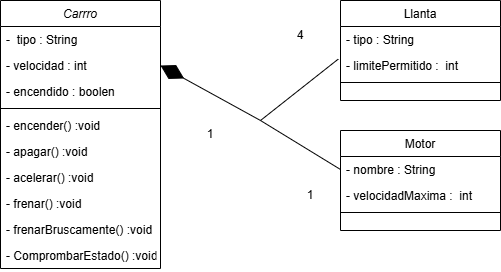
XMATDX/TrabajoCarro keeps this draw.io diagram as DiagrmaSimuladorAutomóvil.drawio.png. Above is the earlier version. Source tidied: cells renumbered, new cells last; positions are measured from the earlier drawing's top-left corner, leaving out a move shared by most shapes. Source of this version:
```xml
<mxGraphModel>
  <root>
    <mxCell id="0" />
    <mxCell id="1" parent="0" />
    <mxCell id="2" value="Carrro" style="swimlane;fontStyle=2;align=center;verticalAlign=top;horizontal=1;startSize=26;rounded=0;shadow=0;strokeWidth=1;" parent="1" vertex="1">
      <mxGeometry width="160" height="268" as="geometry" />
    </mxCell>
    <mxCell id="3" value="-  tipo : String" style="text;align=left;verticalAlign=top;spacingLeft=4;spacingRight=4;overflow=hidden;" parent="2" vertex="1">
      <mxGeometry y="26" width="160" height="26" as="geometry" />
    </mxCell>
    <mxCell id="4" value="- velocidad : int" style="text;align=left;verticalAlign=top;spacingLeft=4;spacingRight=4;overflow=hidden;points=[[0,0.5],[1,0.5]];portConstraint=eastwest;rounded=0;shadow=0;html=0;" parent="2" vertex="1">
      <mxGeometry y="52" width="160" height="26" as="geometry" />
    </mxCell>
    <mxCell id="5" value="- encendido : boolen" style="text;align=left;verticalAlign=top;spacingLeft=4;spacingRight=4;overflow=hidden;rounded=0;shadow=0;html=0;" parent="2" vertex="1">
      <mxGeometry y="78" width="160" height="26" as="geometry" />
    </mxCell>
    <mxCell id="6" style="line;html=1;strokeWidth=1;align=left;verticalAlign=middle;spacingTop=-1;spacingLeft=3;spacingRight=3;labelPosition=right;" parent="2" vertex="1">
      <mxGeometry y="104" width="160" height="8" as="geometry" />
    </mxCell>
    <mxCell id="7" value="- encender() :void " style="text;align=left;verticalAlign=top;spacingLeft=4;spacingRight=4;overflow=hidden;points=[[0,0.5],[1,0.5]];portConstraint=eastwest;" parent="2" vertex="1">
      <mxGeometry y="112" width="160" height="26" as="geometry" />
    </mxCell>
    <mxCell id="8" value="- apagar() :void " style="text;align=left;verticalAlign=top;spacingLeft=4;spacingRight=4;overflow=hidden;" parent="2" vertex="1">
      <mxGeometry y="138" width="160" height="26" as="geometry" />
    </mxCell>
    <mxCell id="9" value="- acelerar() :void " style="text;align=left;verticalAlign=top;spacingLeft=4;spacingRight=4;overflow=hidden;" parent="2" vertex="1">
      <mxGeometry y="164" width="160" height="26" as="geometry" />
    </mxCell>
    <mxCell id="10" value="- frenar() :void " style="text;align=left;verticalAlign=top;spacingLeft=4;spacingRight=4;overflow=hidden;" parent="2" vertex="1">
      <mxGeometry y="190" width="160" height="26" as="geometry" />
    </mxCell>
    <mxCell id="11" value="- frenarBruscamente() :void " style="text;align=left;verticalAlign=top;spacingLeft=4;spacingRight=4;overflow=hidden;" parent="2" vertex="1">
      <mxGeometry y="216" width="160" height="26" as="geometry" />
    </mxCell>
    <mxCell id="12" value="- ComprombarEstado() :void " style="text;align=left;verticalAlign=top;spacingLeft=4;spacingRight=4;overflow=hidden;" parent="2" vertex="1">
      <mxGeometry y="242" width="160" height="26" as="geometry" />
    </mxCell>
    <mxCell id="13" value="Llanta" style="swimlane;fontStyle=0;align=center;verticalAlign=top;horizontal=1;startSize=26;rounded=0;shadow=0;strokeWidth=1;" parent="1" vertex="1">
      <mxGeometry x="340" width="160" height="100" as="geometry" />
    </mxCell>
    <mxCell id="14" value="- tipo : String" style="text;align=left;verticalAlign=top;spacingLeft=4;spacingRight=4;overflow=hidden;" parent="13" vertex="1">
      <mxGeometry y="26" width="160" height="26" as="geometry" />
    </mxCell>
    <mxCell id="15" value="- limitePermitido :  int" style="text;align=left;verticalAlign=top;spacingLeft=4;spacingRight=4;overflow=hidden;points=[[0,0.5],[1,0.5]];portConstraint=eastwest;rounded=0;shadow=0;html=0;" parent="13" vertex="1">
      <mxGeometry y="52" width="160" height="26" as="geometry" />
    </mxCell>
    <mxCell id="16" style="line;html=1;strokeWidth=1;align=left;verticalAlign=middle;spacingTop=-1;spacingLeft=3;spacingRight=3;labelPosition=right;" parent="13" vertex="1">
      <mxGeometry y="78" width="160" height="8" as="geometry" />
    </mxCell>
    <mxCell id="17" style="endArrow=diamondThin;endFill=1;endSize=24;html=1;rounded=0;entryX=1;entryY=0.5;entryDx=0;entryDy=0;" parent="1" edge="1" target="4">
      <mxGeometry relative="1" as="geometry">
        <mxPoint x="260" y="120" as="sourcePoint" />
      </mxGeometry>
    </mxCell>
    <mxCell id="18" value="Motor" style="swimlane;fontStyle=0;align=center;verticalAlign=top;horizontal=1;startSize=26;rounded=0;shadow=0;strokeWidth=1;" parent="1" vertex="1">
      <mxGeometry x="340" y="130" width="160" height="100" as="geometry" />
    </mxCell>
    <mxCell id="19" value="- nombre : String" style="text;align=left;verticalAlign=top;spacingLeft=4;spacingRight=4;overflow=hidden;points=[[0,0.5],[1,0.5]];portConstraint=eastwest;" parent="18" vertex="1">
      <mxGeometry y="26" width="160" height="26" as="geometry" />
    </mxCell>
    <mxCell id="20" value="- velocidadMaxima :  int" style="text;align=left;verticalAlign=top;spacingLeft=4;spacingRight=4;overflow=hidden;rounded=0;shadow=0;html=0;" parent="18" vertex="1">
      <mxGeometry y="52" width="160" height="26" as="geometry" />
    </mxCell>
    <mxCell id="21" style="line;html=1;strokeWidth=1;align=left;verticalAlign=middle;spacingTop=-1;spacingLeft=3;spacingRight=3;labelPosition=right;" parent="18" vertex="1">
      <mxGeometry y="78" width="160" height="8" as="geometry" />
    </mxCell>
    <mxCell id="22" style="endArrow=none;html=1;rounded=0;entryX=0;entryY=0.5;entryDx=0;entryDy=0;" parent="1" edge="1" target="19">
      <mxGeometry relative="1" as="geometry">
        <mxPoint x="260" y="120" as="sourcePoint" />
      </mxGeometry>
    </mxCell>
    <mxCell id="23" style="endArrow=none;html=1;rounded=0;entryX=-0.014;entryY=0.254;entryDx=0;entryDy=0;entryPerimeter=0;" parent="1" edge="1" target="15">
      <mxGeometry relative="1" as="geometry">
        <mxPoint x="260" y="120" as="sourcePoint" />
      </mxGeometry>
    </mxCell>
    <mxCell id="24" value="1" style="text;html=1;align=center;verticalAlign=middle;whiteSpace=wrap;rounded=0;" parent="1" vertex="1">
      <mxGeometry x="180" y="119" width="60" height="30" as="geometry" />
    </mxCell>
    <mxCell id="25" value="4" style="text;html=1;align=center;verticalAlign=middle;whiteSpace=wrap;rounded=0;" parent="1" vertex="1">
      <mxGeometry x="270" y="20" width="60" height="30" as="geometry" />
    </mxCell>
    <mxCell id="26" value="1" style="text;html=1;align=center;verticalAlign=middle;whiteSpace=wrap;rounded=0;" parent="1" vertex="1">
      <mxGeometry x="280" y="180" width="60" height="30" as="geometry" />
    </mxCell>
  </root>
</mxGraphModel>
```
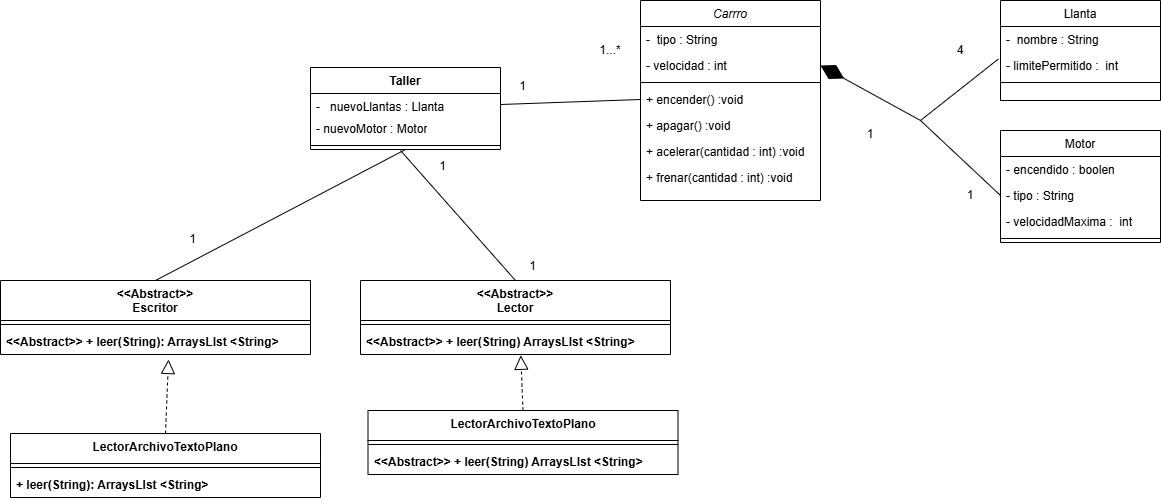
The same diagram one commit later.

Commit message:
se sube la ultima version del diagrama

What changed in the source:
```diff
@@ -3,42 +3,33 @@
     <mxCell id="0" />
     <mxCell id="1" parent="0" />
     <mxCell id="2" value="Carrro" style="swimlane;fontStyle=2;align=center;verticalAlign=top;horizontal=1;startSize=26;rounded=0;shadow=0;strokeWidth=1;" parent="1" vertex="1">
-      <mxGeometry width="160" height="268" as="geometry" />
+      <mxGeometry x="-20" width="180" height="200" as="geometry" />
     </mxCell>
     <mxCell id="3" value="-  tipo : String" style="text;align=left;verticalAlign=top;spacingLeft=4;spacingRight=4;overflow=hidden;" parent="2" vertex="1">
-      <mxGeometry y="26" width="160" height="26" as="geometry" />
+      <mxGeometry y="26" width="180" height="26" as="geometry" />
     </mxCell>
     <mxCell id="4" value="- velocidad : int" style="text;align=left;verticalAlign=top;spacingLeft=4;spacingRight=4;overflow=hidden;points=[[0,0.5],[1,0.5]];portConstraint=eastwest;rounded=0;shadow=0;html=0;" parent="2" vertex="1">
-      <mxGeometry y="52" width="160" height="26" as="geometry" />
+      <mxGeometry y="52" width="180" height="26" as="geometry" />
     </mxCell>
-    <mxCell id="5" value="- encendido : boolen" style="text;align=left;verticalAlign=top;spacingLeft=4;spacingRight=4;overflow=hidden;rounded=0;shadow=0;html=0;" parent="2" vertex="1">
-      <mxGeometry y="78" width="160" height="26" as="geometry" />
-    </mxCell>
     <mxCell id="6" style="line;html=1;strokeWidth=1;align=left;verticalAlign=middle;spacingTop=-1;spacingLeft=3;spacingRight=3;labelPosition=right;" parent="2" vertex="1">
-      <mxGeometry y="104" width="160" height="8" as="geometry" />
+      <mxGeometry y="78" width="180" height="8" as="geometry" />
     </mxCell>
-    <mxCell id="7" value="- encender() :void " style="text;align=left;verticalAlign=top;spacingLeft=4;spacingRight=4;overflow=hidden;points=[[0,0.5],[1,0.5]];portConstraint=eastwest;" parent="2" vertex="1">
-      <mxGeometry y="112" width="160" height="26" as="geometry" />
+    <mxCell id="7" value="+ encender() :void " style="text;align=left;verticalAlign=top;spacingLeft=4;spacingRight=4;overflow=hidden;points=[[0,0.5],[1,0.5]];portConstraint=eastwest;" parent="2" vertex="1">
+      <mxGeometry y="86" width="180" height="26" as="geometry" />
     </mxCell>
-    <mxCell id="8" value="- apagar() :void " style="text;align=left;verticalAlign=top;spacingLeft=4;spacingRight=4;overflow=hidden;" parent="2" vertex="1">
-      <mxGeometry y="138" width="160" height="26" as="geometry" />
+    <mxCell id="8" value="+ apagar() :void " style="text;align=left;verticalAlign=top;spacingLeft=4;spacingRight=4;overflow=hidden;" parent="2" vertex="1">
+      <mxGeometry y="112" width="180" height="26" as="geometry" />
     </mxCell>
-    <mxCell id="9" value="- acelerar() :void " style="text;align=left;verticalAlign=top;spacingLeft=4;spacingRight=4;overflow=hidden;" parent="2" vertex="1">
-      <mxGeometry y="164" width="160" height="26" as="geometry" />
+    <mxCell id="9" value="+ acelerar(cantidad : int) :void " style="text;align=left;verticalAlign=top;spacingLeft=4;spacingRight=4;overflow=hidden;" parent="2" vertex="1">
+      <mxGeometry y="138" width="180" height="26" as="geometry" />
     </mxCell>
-    <mxCell id="10" value="- frenar() :void " style="text;align=left;verticalAlign=top;spacingLeft=4;spacingRight=4;overflow=hidden;" parent="2" vertex="1">
-      <mxGeometry y="190" width="160" height="26" as="geometry" />
+    <mxCell id="10" value="+ frenar(cantidad : int) :void " style="text;align=left;verticalAlign=top;spacingLeft=4;spacingRight=4;overflow=hidden;" parent="2" vertex="1">
+      <mxGeometry y="164" width="180" height="26" as="geometry" />
     </mxCell>
-    <mxCell id="11" value="- frenarBruscamente() :void " style="text;align=left;verticalAlign=top;spacingLeft=4;spacingRight=4;overflow=hidden;" parent="2" vertex="1">
-      <mxGeometry y="216" width="160" height="26" as="geometry" />
-    </mxCell>
-    <mxCell id="12" value="- ComprombarEstado() :void " style="text;align=left;verticalAlign=top;spacingLeft=4;spacingRight=4;overflow=hidden;" parent="2" vertex="1">
-      <mxGeometry y="242" width="160" height="26" as="geometry" />
-    </mxCell>
     <mxCell id="13" value="Llanta" style="swimlane;fontStyle=0;align=center;verticalAlign=top;horizontal=1;startSize=26;rounded=0;shadow=0;strokeWidth=1;" parent="1" vertex="1">
       <mxGeometry x="340" width="160" height="100" as="geometry" />
     </mxCell>
-    <mxCell id="14" value="- tipo : String" style="text;align=left;verticalAlign=top;spacingLeft=4;spacingRight=4;overflow=hidden;" parent="13" vertex="1">
+    <mxCell id="14" value="-  nombre : String" style="text;align=left;verticalAlign=top;spacingLeft=4;spacingRight=4;overflow=hidden;" parent="13" vertex="1">
       <mxGeometry y="26" width="160" height="26" as="geometry" />
     </mxCell>
     <mxCell id="15" value="- limitePermitido :  int" style="text;align=left;verticalAlign=top;spacingLeft=4;spacingRight=4;overflow=hidden;points=[[0,0.5],[1,0.5]];portConstraint=eastwest;rounded=0;shadow=0;html=0;" parent="13" vertex="1">
@@ -53,16 +44,19 @@
       </mxGeometry>
     </mxCell>
     <mxCell id="18" value="Motor" style="swimlane;fontStyle=0;align=center;verticalAlign=top;horizontal=1;startSize=26;rounded=0;shadow=0;strokeWidth=1;" parent="1" vertex="1">
-      <mxGeometry x="340" y="130" width="160" height="100" as="geometry" />
+      <mxGeometry x="340" y="130" width="160" height="112" as="geometry" />
     </mxCell>
+    <mxCell id="5" value="- encendido : boolen" style="text;align=left;verticalAlign=top;spacingLeft=4;spacingRight=4;overflow=hidden;rounded=0;shadow=0;html=0;" parent="18" vertex="1">
+      <mxGeometry y="26" width="160" height="26" as="geometry" />
+    </mxCell>
-    <mxCell id="19" value="- nombre : String" style="text;align=left;verticalAlign=top;spacingLeft=4;spacingRight=4;overflow=hidden;points=[[0,0.5],[1,0.5]];portConstraint=eastwest;" parent="18" vertex="1">
-      <mxGeometry y="26" width="160" height="26" as="geometry" />
+    <mxCell id="19" value="- tipo : String" style="text;align=left;verticalAlign=top;spacingLeft=4;spacingRight=4;overflow=hidden;points=[[0,0.5],[1,0.5]];portConstraint=eastwest;" parent="18" vertex="1">
+      <mxGeometry y="52" width="160" height="26" as="geometry" />
     </mxCell>
     <mxCell id="20" value="- velocidadMaxima :  int" style="text;align=left;verticalAlign=top;spacingLeft=4;spacingRight=4;overflow=hidden;rounded=0;shadow=0;html=0;" parent="18" vertex="1">
-      <mxGeometry y="52" width="160" height="26" as="geometry" />
+      <mxGeometry y="78" width="160" height="26" as="geometry" />
     </mxCell>
     <mxCell id="21" style="line;html=1;strokeWidth=1;align=left;verticalAlign=middle;spacingTop=-1;spacingLeft=3;spacingRight=3;labelPosition=right;" parent="18" vertex="1">
-      <mxGeometry y="78" width="160" height="8" as="geometry" />
+      <mxGeometry y="104" width="160" height="8" as="geometry" />
     </mxCell>
     <mxCell id="22" style="endArrow=none;html=1;rounded=0;entryX=0;entryY=0.5;entryDx=0;entryDy=0;" parent="1" edge="1" target="19">
       <mxGeometry relative="1" as="geometry">
@@ -78,10 +72,90 @@
       <mxGeometry x="180" y="119" width="60" height="30" as="geometry" />
     </mxCell>
     <mxCell id="25" value="4" style="text;html=1;align=center;verticalAlign=middle;whiteSpace=wrap;rounded=0;" parent="1" vertex="1">
-      <mxGeometry x="270" y="20" width="60" height="30" as="geometry" />
+      <mxGeometry x="270" y="35" width="60" height="30" as="geometry" />
     </mxCell>
     <mxCell id="26" value="1" style="text;html=1;align=center;verticalAlign=middle;whiteSpace=wrap;rounded=0;" parent="1" vertex="1">
       <mxGeometry x="280" y="180" width="60" height="30" as="geometry" />
     </mxCell>
+    <mxCell id="27" value="&lt;div&gt;&lt;span style=&quot;background-color: transparent; color: light-dark(rgb(0, 0, 0), rgb(255, 255, 255));&quot;&gt;&amp;lt;&amp;lt;Abstract&amp;gt;&amp;gt;&lt;/span&gt;&lt;/div&gt;&lt;div&gt;Lector&lt;/div&gt;" style="swimlane;fontStyle=1;align=center;verticalAlign=top;horizontal=1;startSize=40;whiteSpace=wrap;html=1;" parent="1" vertex="1">
+      <mxGeometry x="-300" y="280" width="310" height="74" as="geometry" />
+    </mxCell>
+    <mxCell id="28" style="line;strokeWidth=1;fillColor=none;align=left;verticalAlign=middle;spacingTop=-1;spacingLeft=3;spacingRight=3;labelPosition=right;strokeColor=inherit;" parent="27" vertex="1">
+      <mxGeometry y="40" width="310" height="8" as="geometry" />
+    </mxCell>
+    <mxCell id="29" value="&lt;span style=&quot;font-weight: 700; text-align: center;&quot;&gt;&amp;lt;&amp;lt;Abstract&amp;gt;&amp;gt; + leer(String) ArraysLIst &amp;lt;String&amp;gt;&lt;/span&gt;" style="text;strokeColor=none;fillColor=none;align=left;verticalAlign=top;spacingLeft=4;spacingRight=4;overflow=hidden;points=[[0,0.5],[1,0.5]];portConstraint=eastwest;whiteSpace=wrap;html=1;" parent="27" vertex="1">
+      <mxGeometry y="48" width="310" height="26" as="geometry" />
+    </mxCell>
+    <mxCell id="30" value="LectorArchivoTextoPlano" style="swimlane;fontStyle=1;align=center;verticalAlign=top;horizontal=1;startSize=30;whiteSpace=wrap;html=1;" parent="1" vertex="1">
+      <mxGeometry x="-292.5" y="410" width="310" height="64" as="geometry" />
+    </mxCell>
+    <mxCell id="31" style="line;strokeWidth=1;fillColor=none;align=left;verticalAlign=middle;spacingTop=-1;spacingLeft=3;spacingRight=3;labelPosition=right;strokeColor=inherit;" parent="30" vertex="1">
+      <mxGeometry y="30" width="310" height="8" as="geometry" />
+    </mxCell>
+    <mxCell id="32" value="&lt;span style=&quot;font-weight: 700; text-align: center;&quot;&gt;&amp;lt;&amp;lt;Abstract&amp;gt;&amp;gt; + leer(String) ArraysLIst &amp;lt;String&amp;gt;&lt;/span&gt;" style="text;strokeColor=none;fillColor=none;align=left;verticalAlign=top;spacingLeft=4;spacingRight=4;overflow=hidden;whiteSpace=wrap;html=1;" parent="30" vertex="1">
+      <mxGeometry y="38" width="310" height="26" as="geometry" />
+    </mxCell>
+    <mxCell id="33" value="&lt;div&gt;&lt;span style=&quot;background-color: transparent; color: light-dark(rgb(0, 0, 0), rgb(255, 255, 255));&quot;&gt;&amp;lt;&amp;lt;Abstract&amp;gt;&amp;gt;&lt;/span&gt;&lt;/div&gt;&lt;div&gt;Escritor&lt;/div&gt;" style="swimlane;fontStyle=1;align=center;verticalAlign=top;horizontal=1;startSize=40;whiteSpace=wrap;html=1;" parent="1" vertex="1">
+      <mxGeometry x="-660" y="280" width="310" height="74" as="geometry" />
+    </mxCell>
+    <mxCell id="34" style="line;strokeWidth=1;fillColor=none;align=left;verticalAlign=middle;spacingTop=-1;spacingLeft=3;spacingRight=3;labelPosition=right;strokeColor=inherit;" parent="33" vertex="1">
+      <mxGeometry y="40" width="310" height="8" as="geometry" />
+    </mxCell>
+    <mxCell id="35" value="&lt;span style=&quot;font-weight: 700; text-align: center;&quot;&gt;&amp;lt;&amp;lt;Abstract&amp;gt;&amp;gt; + leer(String): ArraysLIst &amp;lt;String&amp;gt;&lt;/span&gt;" style="text;strokeColor=none;fillColor=none;align=left;verticalAlign=top;spacingLeft=4;spacingRight=4;overflow=hidden;points=[[0,0.5],[1,0.5]];portConstraint=eastwest;whiteSpace=wrap;html=1;" parent="33" vertex="1">
+      <mxGeometry y="48" width="310" height="26" as="geometry" />
+    </mxCell>
+    <mxCell id="36" value="LectorArchivoTextoPlano" style="swimlane;fontStyle=1;align=center;verticalAlign=top;horizontal=1;startSize=30;whiteSpace=wrap;html=1;" parent="1" vertex="1">
+      <mxGeometry x="-650" y="433" width="310" height="64" as="geometry" />
+    </mxCell>
+    <mxCell id="37" style="line;strokeWidth=1;fillColor=none;align=left;verticalAlign=middle;spacingTop=-1;spacingLeft=3;spacingRight=3;labelPosition=right;strokeColor=inherit;" parent="36" vertex="1">
+      <mxGeometry y="30" width="310" height="8" as="geometry" />
+    </mxCell>
+    <mxCell id="38" value="&lt;span style=&quot;font-weight: 700; text-align: center;&quot;&gt;+ leer(String): ArraysLIst &amp;lt;String&amp;gt;&lt;/span&gt;" style="text;strokeColor=none;fillColor=none;align=left;verticalAlign=top;spacingLeft=4;spacingRight=4;overflow=hidden;whiteSpace=wrap;html=1;" parent="36" vertex="1">
+      <mxGeometry y="38" width="310" height="26" as="geometry" />
+    </mxCell>
+    <mxCell id="39" value="Taller" style="swimlane;fontStyle=1;align=center;verticalAlign=top;horizontal=1;startSize=26;whiteSpace=wrap;html=1;" parent="1" vertex="1">
+      <mxGeometry x="-350" y="67" width="190" height="82" as="geometry" />
+    </mxCell>
+    <mxCell id="40" value="-&amp;nbsp; &amp;nbsp;nuevoLlantas : Llanta" style="text;strokeColor=none;fillColor=none;align=left;verticalAlign=top;spacingLeft=4;spacingRight=4;overflow=hidden;points=[[0,0.5],[1,0.5]];portConstraint=eastwest;whiteSpace=wrap;html=1;" parent="39" vertex="1">
+      <mxGeometry y="26" width="190" height="22" as="geometry" />
+    </mxCell>
+    <mxCell id="41" value="- nuevoMotor : Motor" style="text;strokeColor=none;fillColor=none;align=left;verticalAlign=top;spacingLeft=4;spacingRight=4;overflow=hidden;whiteSpace=wrap;html=1;" parent="39" vertex="1">
+      <mxGeometry y="48" width="190" height="26" as="geometry" />
+    </mxCell>
+    <mxCell id="42" style="line;strokeWidth=1;fillColor=none;align=left;verticalAlign=middle;spacingTop=-1;spacingLeft=3;spacingRight=3;labelPosition=right;strokeColor=inherit;" parent="39" vertex="1">
+      <mxGeometry y="74" width="190" height="8" as="geometry" />
+    </mxCell>
+    <mxCell id="43" style="endArrow=none;html=1;rounded=0;entryX=1;entryY=0.5;entryDx=0;entryDy=0;exitX=0;exitY=0.5;exitDx=0;exitDy=0;" parent="1" edge="1" source="7" target="40">
+      <mxGeometry relative="1" as="geometry" />
+    </mxCell>
+    <mxCell id="44" style="endArrow=block;dashed=1;endFill=0;endSize=12;html=1;rounded=0;entryX=0.517;entryY=1.031;entryDx=0;entryDy=0;exitX=0.5;exitY=0;exitDx=0;exitDy=0;entryPerimeter=0;" parent="1" edge="1" source="30" target="29">
+      <mxGeometry relative="1" as="geometry" />
+    </mxCell>
+    <mxCell id="45" style="endArrow=block;dashed=1;endFill=0;endSize=12;html=1;rounded=0;entryX=0.542;entryY=1.192;entryDx=0;entryDy=0;exitX=0.5;exitY=0;exitDx=0;exitDy=0;entryPerimeter=0;" parent="1" edge="1" source="36" target="35">
+      <mxGeometry relative="1" as="geometry" />
+    </mxCell>
+    <mxCell id="46" style="endArrow=none;html=1;rounded=0;entryX=0.5;entryY=1;entryDx=0;entryDy=0;exitX=0.5;exitY=0;exitDx=0;exitDy=0;" parent="1" edge="1" source="33" target="39">
+      <mxGeometry relative="1" as="geometry" />
+    </mxCell>
+    <mxCell id="47" style="endArrow=none;html=1;rounded=0;exitX=0.5;exitY=0;exitDx=0;exitDy=0;" parent="1" edge="1" source="27">
+      <mxGeometry relative="1" as="geometry">
+        <mxPoint x="-260" y="150" as="targetPoint" />
+      </mxGeometry>
+    </mxCell>
+    <mxCell id="48" value="1...*" style="text;html=1;align=center;verticalAlign=middle;whiteSpace=wrap;rounded=0;" parent="1" vertex="1">
+      <mxGeometry x="-70" y="37.5" width="40" height="25" as="geometry" />
+    </mxCell>
+    <mxCell id="49" value="1" style="text;html=1;align=center;verticalAlign=middle;whiteSpace=wrap;rounded=0;" parent="1" vertex="1">
+      <mxGeometry x="-150" y="72.5" width="25" height="27.5" as="geometry" />
+    </mxCell>
+    <mxCell id="50" value="1" style="text;html=1;align=center;verticalAlign=middle;whiteSpace=wrap;rounded=0;" parent="1" vertex="1">
+      <mxGeometry x="-140" y="252.5" width="25" height="27.5" as="geometry" />
+    </mxCell>
+    <mxCell id="51" value="1" style="text;html=1;align=center;verticalAlign=middle;whiteSpace=wrap;rounded=0;" parent="1" vertex="1">
+      <mxGeometry x="-480" y="225" width="25" height="27.5" as="geometry" />
+    </mxCell>
+    <mxCell id="52" value="1" style="text;html=1;align=center;verticalAlign=middle;whiteSpace=wrap;rounded=0;" parent="1" vertex="1">
+      <mxGeometry x="-230" y="152.5" width="25" height="27.5" as="geometry" />
+    </mxCell>
   </root>
 </mxGraphModel>
```
